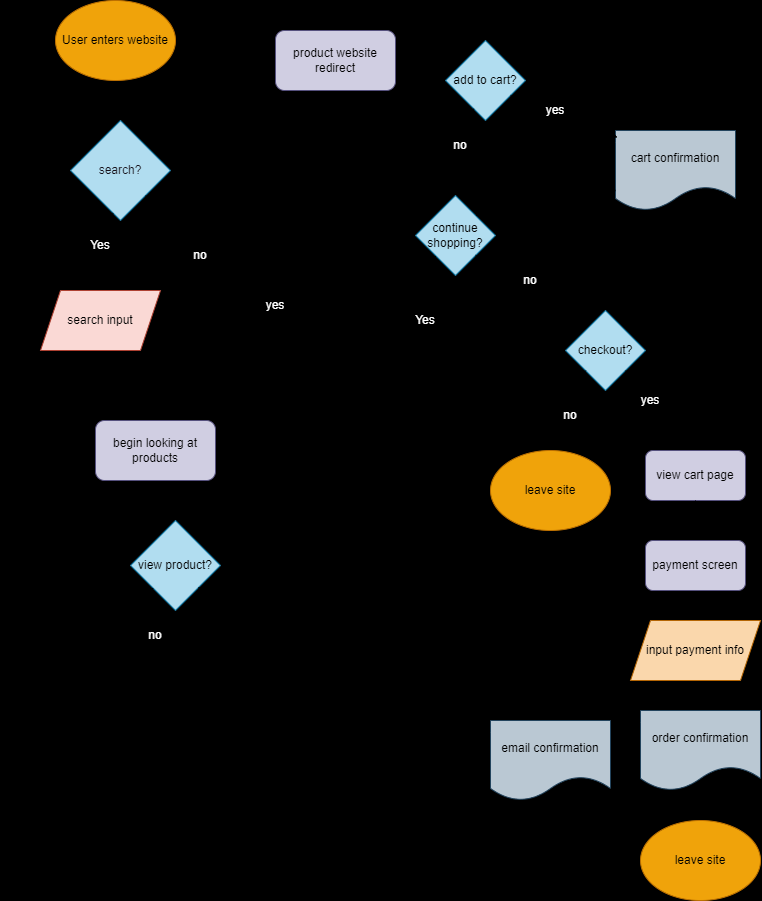
Before: explore/diagramming/diagram.drawio.png, a diagram exported from draw.io (lauT0/sp24-cse110-lab4). Source tidied: cells renumbered, new cells last; positions are measured from the earlier drawing's top-left corner, leaving out a move shared by most shapes.
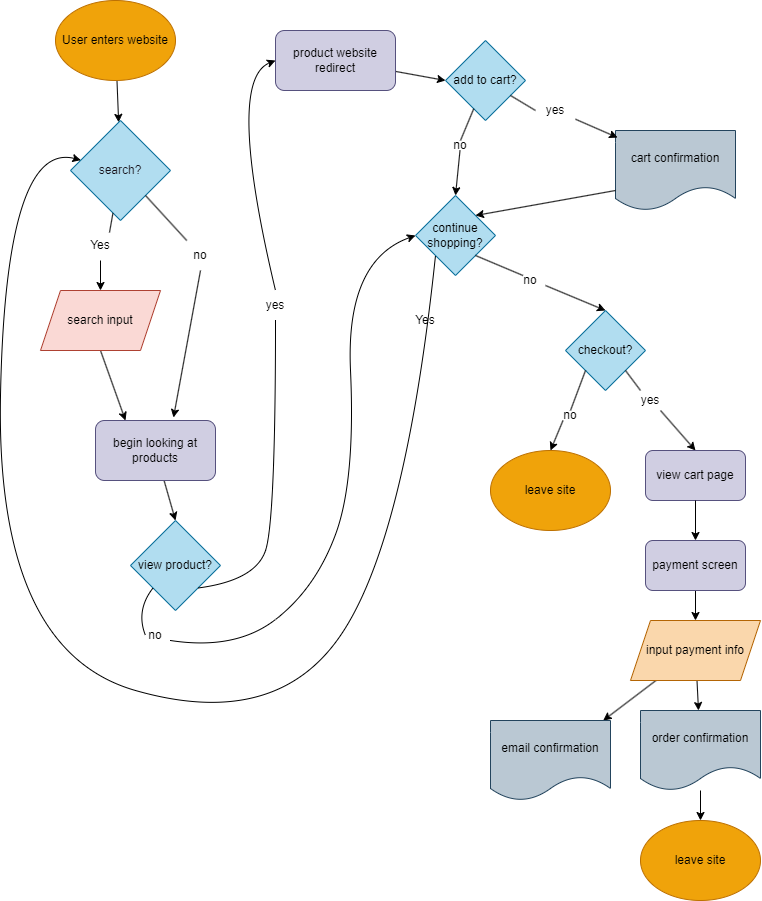
Above is the later version.

Change to the diagram source:
```diff
@@ -1,4 +1,4 @@
-<mxGraphModel background="#000000">
+<mxGraphModel background="#ffffff">
   <root>
     <mxCell id="0" />
     <mxCell id="1" parent="0" />
@@ -32,13 +32,13 @@
     <mxCell id="11" style="endArrow=none;html=1;fontColor=#000000;entryX=0.65;entryY=0.067;entryDx=0;entryDy=0;entryPerimeter=0;" parent="1" edge="1" source="5" target="12">
       <mxGeometry relative="1" as="geometry" />
     </mxCell>
-    <mxCell id="12" value="Yes" style="text;html=1;strokeColor=none;fillColor=none;align=center;verticalAlign=middle;whiteSpace=wrap;rounded=0;fontColor=#FFFFFF;" parent="1" vertex="1">
+    <mxCell id="12" value="Yes" style="text;html=1;strokeColor=none;fillColor=none;align=center;verticalAlign=middle;whiteSpace=wrap;rounded=0;fontColor=#000000;" parent="1" vertex="1">
       <mxGeometry x="75" y="230" width="60" height="30" as="geometry" />
     </mxCell>
     <mxCell id="13" style="edgeStyle=none;html=1;exitX=1;exitY=1;exitDx=0;exitDy=0;fontColor=#000000;endArrow=none;" parent="1" edge="1" source="5" target="14">
       <mxGeometry relative="1" as="geometry" />
     </mxCell>
-    <mxCell id="14" value="no" style="text;html=1;strokeColor=none;fillColor=none;align=center;verticalAlign=middle;whiteSpace=wrap;rounded=0;fontColor=#FFFFFF;" parent="1" vertex="1">
+    <mxCell id="14" value="no" style="text;html=1;strokeColor=none;fillColor=none;align=center;verticalAlign=middle;whiteSpace=wrap;rounded=0;fontColor=#000000;" parent="1" vertex="1">
       <mxGeometry x="165" y="240" width="80" height="30" as="geometry" />
     </mxCell>
     <mxCell id="15" value="&lt;font color=&quot;#000000&quot;&gt;view product?&lt;/font&gt;" style="rhombus;whiteSpace=wrap;html=1;fillColor=#b1ddf0;strokeColor=#10739e;fontColor=#FFFFFF;" parent="1" vertex="1">
@@ -91,13 +91,13 @@
         </Array>
       </mxGeometry>
     </mxCell>
-    <mxCell id="28" value="yes" style="text;html=1;strokeColor=none;fillColor=none;align=center;verticalAlign=middle;whiteSpace=wrap;rounded=0;fontColor=#FFFFFF;" parent="1" vertex="1">
+    <mxCell id="28" value="yes" style="text;html=1;strokeColor=none;fillColor=none;align=center;verticalAlign=middle;whiteSpace=wrap;rounded=0;fontColor=#000000;" parent="1" vertex="1">
       <mxGeometry x="240" y="290" width="80" height="30" as="geometry" />
     </mxCell>
     <mxCell id="29" style="endArrow=none;html=1;fontColor=#000000;entryX=0;entryY=0.5;entryDx=0;entryDy=0;" parent="1" edge="1" source="19" target="30">
       <mxGeometry relative="1" as="geometry" />
     </mxCell>
-    <mxCell id="30" value="yes" style="text;html=1;strokeColor=none;fillColor=none;align=center;verticalAlign=middle;whiteSpace=wrap;rounded=0;fontColor=#FFFFFF;" parent="1" vertex="1">
+    <mxCell id="30" value="yes" style="text;html=1;strokeColor=none;fillColor=none;align=center;verticalAlign=middle;whiteSpace=wrap;rounded=0;fontColor=#000000;" parent="1" vertex="1">
       <mxGeometry x="540" y="100" width="40" height="20" as="geometry" />
     </mxCell>
     <mxCell id="31" style="endArrow=classic;html=1;fontColor=#000000;exitX=0;exitY=0.75;exitDx=0;exitDy=0;entryX=1;entryY=0;entryDx=0;entryDy=0;" parent="1" edge="1" source="20" target="21">
@@ -152,25 +152,25 @@
         </Array>
       </mxGeometry>
     </mxCell>
-    <mxCell id="43" value="Yes" style="text;html=1;strokeColor=none;fillColor=none;align=center;verticalAlign=middle;whiteSpace=wrap;rounded=0;fontColor=#FFFFFF;" parent="1" vertex="1">
+    <mxCell id="43" value="Yes" style="text;html=1;strokeColor=none;fillColor=none;align=center;verticalAlign=middle;whiteSpace=wrap;rounded=0;fontColor=#000000;" parent="1" vertex="1">
       <mxGeometry x="400" y="305" width="60" height="30" as="geometry" />
     </mxCell>
     <mxCell id="44" style="endArrow=none;html=1;fontColor=#000000;exitX=1;exitY=1;exitDx=0;exitDy=0;entryX=0.25;entryY=0;entryDx=0;entryDy=0;" parent="1" edge="1" source="21" target="45">
       <mxGeometry relative="1" as="geometry" />
     </mxCell>
-    <mxCell id="45" value="no" style="text;html=1;strokeColor=none;fillColor=none;align=center;verticalAlign=middle;whiteSpace=wrap;rounded=0;fontColor=#FFFFFF;" parent="1" vertex="1">
+    <mxCell id="45" value="no" style="text;html=1;strokeColor=none;fillColor=none;align=center;verticalAlign=middle;whiteSpace=wrap;rounded=0;fontColor=#000000;" parent="1" vertex="1">
       <mxGeometry x="520" y="275" width="30" height="10" as="geometry" />
     </mxCell>
     <mxCell id="46" style="endArrow=none;html=1;fontColor=#000000;exitX=0;exitY=1;exitDx=0;exitDy=0;entryX=0.5;entryY=0;entryDx=0;entryDy=0;" parent="1" edge="1" source="25" target="47">
       <mxGeometry relative="1" as="geometry" />
     </mxCell>
-    <mxCell id="47" value="no" style="text;html=1;strokeColor=none;fillColor=none;align=center;verticalAlign=middle;whiteSpace=wrap;rounded=0;fontColor=#FFFFFF;" parent="1" vertex="1">
+    <mxCell id="47" value="no" style="text;html=1;strokeColor=none;fillColor=none;align=center;verticalAlign=middle;whiteSpace=wrap;rounded=0;fontColor=#000000;" parent="1" vertex="1">
       <mxGeometry x="560" y="410" width="30" height="10" as="geometry" />
     </mxCell>
     <mxCell id="48" style="endArrow=none;html=1;fontColor=#000000;exitX=1;exitY=1;exitDx=0;exitDy=0;entryX=0.25;entryY=0;entryDx=0;entryDy=0;" parent="1" edge="1" source="25" target="49">
       <mxGeometry relative="1" as="geometry" />
     </mxCell>
-    <mxCell id="49" value="yes" style="text;html=1;strokeColor=none;fillColor=none;align=center;verticalAlign=middle;whiteSpace=wrap;rounded=0;fontColor=#FFFFFF;" parent="1" vertex="1">
+    <mxCell id="49" value="yes" style="text;html=1;strokeColor=none;fillColor=none;align=center;verticalAlign=middle;whiteSpace=wrap;rounded=0;fontColor=#000000;" parent="1" vertex="1">
       <mxGeometry x="635" y="390" width="40" height="20" as="geometry" />
     </mxCell>
     <mxCell id="50" style="endArrow=classic;html=1;fontColor=#000000;exitX=0.5;exitY=1;exitDx=0;exitDy=0;entryX=0.5;entryY=0;entryDx=0;entryDy=0;" parent="1" edge="1" source="33" target="35">
@@ -182,7 +182,7 @@
     <mxCell id="52" style="edgeStyle=none;html=1;entryX=0.5;entryY=0;entryDx=0;entryDy=0;fontColor=#000000;endArrow=none;" parent="1" edge="1" source="19" target="53">
       <mxGeometry relative="1" as="geometry" />
     </mxCell>
-    <mxCell id="53" value="no" style="text;html=1;strokeColor=none;fillColor=none;align=center;verticalAlign=middle;whiteSpace=wrap;rounded=0;fontColor=#FFFFFF;" parent="1" vertex="1">
+    <mxCell id="53" value="no" style="text;html=1;strokeColor=none;fillColor=none;align=center;verticalAlign=middle;whiteSpace=wrap;rounded=0;fontColor=#000000;" parent="1" vertex="1">
       <mxGeometry x="450" y="140" width="30" height="10" as="geometry" />
     </mxCell>
     <mxCell id="54" style="curved=1;endArrow=none;html=1;fontColor=#000000;exitX=0;exitY=1;exitDx=0;exitDy=0;" parent="1" edge="1" source="15">
@@ -193,7 +193,7 @@
         </Array>
       </mxGeometry>
     </mxCell>
-    <mxCell id="55" value="no" style="text;html=1;strokeColor=none;fillColor=none;align=center;verticalAlign=middle;whiteSpace=wrap;rounded=0;fontColor=#FFFFFF;" parent="1" vertex="1">
+    <mxCell id="55" value="no" style="text;html=1;strokeColor=none;fillColor=none;align=center;verticalAlign=middle;whiteSpace=wrap;rounded=0;fontColor=#000000;" parent="1" vertex="1">
       <mxGeometry x="145" y="630" width="30" height="10" as="geometry" />
     </mxCell>
     <mxCell id="56" value="&lt;font color=&quot;#000000&quot;&gt;leave site&lt;/font&gt;" style="ellipse;whiteSpace=wrap;html=1;fillColor=#f0a30a;strokeColor=#BD7000;fontColor=#000000;" parent="1" vertex="1">
```
